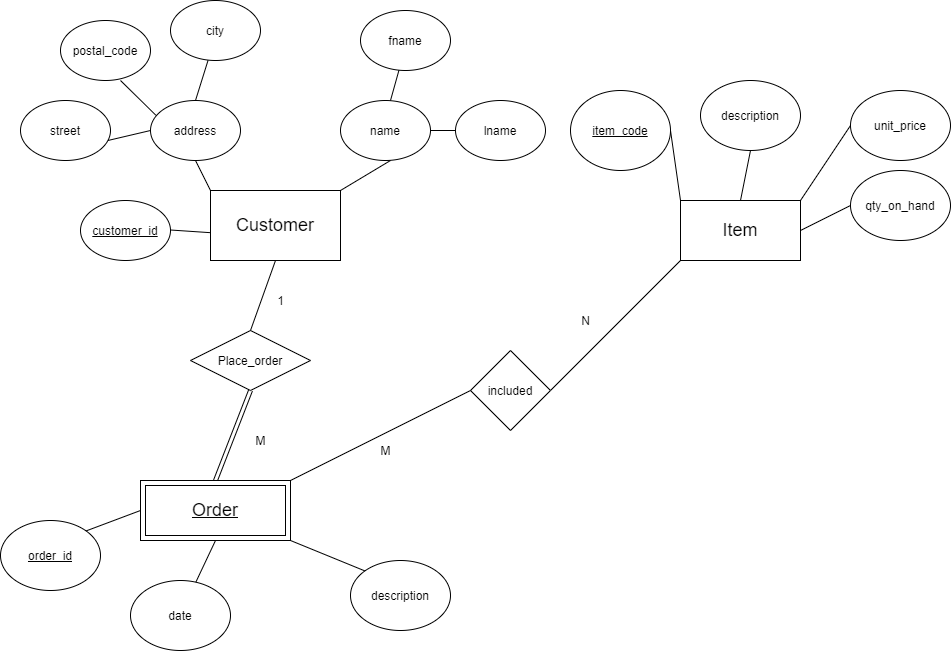
The draw.io diagram pos_system_0.1.png in BhathiyaVandebona/POS_SYSTEM_0.1, before a commit. Source tidied: cells renumbered, new cells last; positions are measured from the earlier drawing's top-left corner, leaving out a move shared by most shapes. Its diagram source:
```xml
<mxGraphModel>
  <root>
    <mxCell id="0" />
    <mxCell id="1" parent="0" />
    <mxCell id="2" value="&lt;font style=&quot;font-size: 18px&quot;&gt;Customer&lt;/font&gt;" style="rounded=0;whiteSpace=wrap;html=1;" parent="1" vertex="1">
      <mxGeometry x="210" y="190" width="130" height="70" as="geometry" />
    </mxCell>
    <mxCell id="3" value="&lt;u&gt;customer_id&lt;/u&gt;" style="ellipse;whiteSpace=wrap;html=1;" parent="1" vertex="1">
      <mxGeometry x="80" y="200" width="90" height="60" as="geometry" />
    </mxCell>
    <mxCell id="4" value="address" style="ellipse;whiteSpace=wrap;html=1;" parent="1" vertex="1">
      <mxGeometry x="150" y="100" width="90" height="60" as="geometry" />
    </mxCell>
    <mxCell id="5" value="fname" style="ellipse;whiteSpace=wrap;html=1;" parent="1" vertex="1">
      <mxGeometry x="360" y="10" width="90" height="60" as="geometry" />
    </mxCell>
    <mxCell id="6" value="name" style="ellipse;whiteSpace=wrap;html=1;" parent="1" vertex="1">
      <mxGeometry x="340" y="100" width="90" height="60" as="geometry" />
    </mxCell>
    <mxCell id="7" value="lname" style="ellipse;whiteSpace=wrap;html=1;" parent="1" vertex="1">
      <mxGeometry x="455" y="100" width="90" height="60" as="geometry" />
    </mxCell>
    <mxCell id="8" value="postal_code" style="ellipse;whiteSpace=wrap;html=1;" parent="1" vertex="1">
      <mxGeometry x="60" y="20" width="90" height="60" as="geometry" />
    </mxCell>
    <mxCell id="9" value="street" style="ellipse;whiteSpace=wrap;html=1;" parent="1" vertex="1">
      <mxGeometry x="20" y="100" width="90" height="60" as="geometry" />
    </mxCell>
    <mxCell id="10" value="city" style="ellipse;whiteSpace=wrap;html=1;" parent="1" vertex="1">
      <mxGeometry x="170" width="90" height="60" as="geometry" />
    </mxCell>
    <mxCell id="11" style="endArrow=none;html=1;entryX=0.427;entryY=0.997;entryDx=0;entryDy=0;entryPerimeter=0;" parent="1" edge="1" target="5">
      <mxGeometry relative="1" as="geometry">
        <mxPoint x="390" y="100" as="sourcePoint" />
      </mxGeometry>
    </mxCell>
    <mxCell id="12" style="endArrow=none;html=1;exitX=1;exitY=0.5;exitDx=0;exitDy=0;entryX=0;entryY=0.5;entryDx=0;entryDy=0;" parent="1" edge="1" source="6" target="7">
      <mxGeometry relative="1" as="geometry" />
    </mxCell>
    <mxCell id="13" style="endArrow=none;html=1;exitX=1;exitY=0;exitDx=0;exitDy=0;" parent="1" edge="1" source="2">
      <mxGeometry relative="1" as="geometry">
        <mxPoint x="390" y="160" as="targetPoint" />
        <Array as="points">
          <mxPoint x="390" y="160" />
        </Array>
      </mxGeometry>
    </mxCell>
    <mxCell id="14" style="endArrow=none;html=1;entryX=0.5;entryY=1;entryDx=0;entryDy=0;" parent="1" edge="1" target="4">
      <mxGeometry relative="1" as="geometry">
        <mxPoint x="210" y="190" as="sourcePoint" />
      </mxGeometry>
    </mxCell>
    <mxCell id="15" style="endArrow=none;html=1;entryX=0.5;entryY=1;entryDx=0;entryDy=0;exitX=0.5;exitY=0;exitDx=0;exitDy=0;" parent="1" edge="1" source="4">
      <mxGeometry relative="1" as="geometry">
        <mxPoint x="207.5" y="60" as="targetPoint" />
      </mxGeometry>
    </mxCell>
    <mxCell id="16" style="endArrow=none;html=1;entryX=0.5;entryY=1;entryDx=0;entryDy=0;exitX=0.058;exitY=0.243;exitDx=0;exitDy=0;exitPerimeter=0;" parent="1" edge="1" source="4">
      <mxGeometry relative="1" as="geometry">
        <mxPoint x="120" y="80" as="targetPoint" />
      </mxGeometry>
    </mxCell>
    <mxCell id="17" style="endArrow=none;html=1;entryX=0.5;entryY=1;entryDx=0;entryDy=0;exitX=0;exitY=0.5;exitDx=0;exitDy=0;" parent="1" edge="1" source="4">
      <mxGeometry relative="1" as="geometry">
        <mxPoint x="107.4" y="140" as="targetPoint" />
      </mxGeometry>
    </mxCell>
    <mxCell id="18" style="endArrow=none;html=1;exitX=1;exitY=0.5;exitDx=0;exitDy=0;entryX=0.003;entryY=0.603;entryDx=0;entryDy=0;entryPerimeter=0;" parent="1" edge="1" target="2">
      <mxGeometry relative="1" as="geometry">
        <mxPoint x="170" y="229.5" as="sourcePoint" />
      </mxGeometry>
    </mxCell>
    <mxCell id="19" value="&lt;font style=&quot;font-size: 18px&quot;&gt;Item&lt;/font&gt;" style="rounded=0;whiteSpace=wrap;html=1;" parent="1" vertex="1">
      <mxGeometry x="680" y="200" width="120" height="60" as="geometry" />
    </mxCell>
    <mxCell id="20" value="&lt;u&gt;item_code&lt;/u&gt;" style="ellipse;whiteSpace=wrap;html=1;" parent="1" vertex="1">
      <mxGeometry x="570" y="90" width="100" height="80" as="geometry" />
    </mxCell>
    <mxCell id="21" style="endArrow=none;html=1;entryX=1;entryY=0.5;entryDx=0;entryDy=0;exitX=0;exitY=0;exitDx=0;exitDy=0;" parent="1" edge="1" source="19" target="20">
      <mxGeometry relative="1" as="geometry" />
    </mxCell>
    <mxCell id="22" value="unit_price" style="ellipse;whiteSpace=wrap;html=1;" parent="1" vertex="1">
      <mxGeometry x="850" y="90" width="100" height="70" as="geometry" />
    </mxCell>
    <mxCell id="23" value="qty_on_hand" style="ellipse;whiteSpace=wrap;html=1;" parent="1" vertex="1">
      <mxGeometry x="850" y="170" width="100" height="70" as="geometry" />
    </mxCell>
    <mxCell id="24" value="description" style="ellipse;whiteSpace=wrap;html=1;" parent="1" vertex="1">
      <mxGeometry x="700" y="80" width="100" height="70" as="geometry" />
    </mxCell>
    <mxCell id="25" style="endArrow=none;html=1;exitX=1;exitY=0;exitDx=0;exitDy=0;entryX=0;entryY=0.5;entryDx=0;entryDy=0;" parent="1" edge="1" source="19" target="22">
      <mxGeometry relative="1" as="geometry" />
    </mxCell>
    <mxCell id="26" style="endArrow=none;html=1;exitX=1;exitY=0.5;exitDx=0;exitDy=0;entryX=0;entryY=0.5;entryDx=0;entryDy=0;" parent="1" edge="1" source="19" target="23">
      <mxGeometry relative="1" as="geometry" />
    </mxCell>
    <mxCell id="27" value="&lt;u&gt;order_id&lt;/u&gt;" style="ellipse;whiteSpace=wrap;html=1;" parent="1" vertex="1">
      <mxGeometry y="520" width="100" height="70" as="geometry" />
    </mxCell>
    <mxCell id="28" value="description" style="ellipse;whiteSpace=wrap;html=1;" parent="1" vertex="1">
      <mxGeometry x="350" y="560" width="100" height="70" as="geometry" />
    </mxCell>
    <mxCell id="29" value="date" style="ellipse;whiteSpace=wrap;html=1;" parent="1" vertex="1">
      <mxGeometry x="130" y="580" width="100" height="70" as="geometry" />
    </mxCell>
    <mxCell id="30" style="endArrow=none;html=1;exitX=0.5;exitY=0;exitDx=0;exitDy=0;entryX=0.5;entryY=1;entryDx=0;entryDy=0;shape=link;" parent="1" edge="1" source="34" target="35">
      <mxGeometry relative="1" as="geometry" />
    </mxCell>
    <mxCell id="31" style="endArrow=none;html=1;entryX=0.5;entryY=1;entryDx=0;entryDy=0;" parent="1" edge="1" source="29" target="34">
      <mxGeometry relative="1" as="geometry" />
    </mxCell>
    <mxCell id="32" style="endArrow=none;html=1;entryX=0;entryY=0.5;entryDx=0;entryDy=0;exitX=1;exitY=0;exitDx=0;exitDy=0;" parent="1" edge="1" source="27" target="34">
      <mxGeometry relative="1" as="geometry" />
    </mxCell>
    <mxCell id="33" style="endArrow=none;html=1;entryX=0;entryY=0;entryDx=0;entryDy=0;exitX=1;exitY=1;exitDx=0;exitDy=0;" parent="1" edge="1" source="34" target="28">
      <mxGeometry relative="1" as="geometry" />
    </mxCell>
    <mxCell id="34" value="&lt;u&gt;&lt;font style=&quot;font-size: 18px&quot;&gt;Order&lt;/font&gt;&lt;/u&gt;" style="shape=ext;margin=3;double=1;whiteSpace=wrap;html=1;align=center;strokeColor=#000000;" parent="1" vertex="1">
      <mxGeometry x="140" y="480" width="150" height="60" as="geometry" />
    </mxCell>
    <mxCell id="35" value="Place_order" style="shape=rhombus;perimeter=rhombusPerimeter;whiteSpace=wrap;html=1;align=center;strokeColor=#000000;" parent="1" vertex="1">
      <mxGeometry x="190" y="330" width="120" height="60" as="geometry" />
    </mxCell>
    <mxCell id="36" style="endArrow=none;html=1;exitX=0.5;exitY=0;exitDx=0;exitDy=0;entryX=0.5;entryY=1;entryDx=0;entryDy=0;" parent="1" edge="1" target="2">
      <mxGeometry relative="1" as="geometry">
        <mxPoint x="250" y="330" as="sourcePoint" />
      </mxGeometry>
    </mxCell>
    <mxCell id="37" value="M" style="text;html=1;align=center;verticalAlign=middle;strokeColor=none;fillColor=none;" parent="1" vertex="1">
      <mxGeometry x="245" y="430" width="30" height="20" as="geometry" />
    </mxCell>
    <mxCell id="38" value="1" style="text;html=1;align=center;verticalAlign=middle;strokeColor=none;fillColor=none;" parent="1" vertex="1">
      <mxGeometry x="270" y="290" width="20" height="20" as="geometry" />
    </mxCell>
    <mxCell id="39" style="endArrow=none;html=1;entryX=0.5;entryY=1;entryDx=0;entryDy=0;exitX=0.5;exitY=0;exitDx=0;exitDy=0;" parent="1" edge="1" source="19" target="24">
      <mxGeometry relative="1" as="geometry" />
    </mxCell>
    <mxCell id="40" style="endArrow=none;html=1;entryX=0;entryY=1;entryDx=0;entryDy=0;exitX=1;exitY=0.5;exitDx=0;exitDy=0;" parent="1" edge="1" source="41" target="19">
      <mxGeometry relative="1" as="geometry" />
    </mxCell>
    <mxCell id="41" value="included" style="rhombus;whiteSpace=wrap;html=1;strokeColor=#000000;" parent="1" vertex="1">
      <mxGeometry x="470" y="350" width="80" height="80" as="geometry" />
    </mxCell>
    <mxCell id="42" style="endArrow=none;html=1;entryX=0;entryY=0.5;entryDx=0;entryDy=0;exitX=1;exitY=0;exitDx=0;exitDy=0;" parent="1" edge="1" source="34" target="41">
      <mxGeometry relative="1" as="geometry" />
    </mxCell>
    <mxCell id="43" value="M" style="text;html=1;align=center;verticalAlign=middle;strokeColor=none;fillColor=none;" parent="1" vertex="1">
      <mxGeometry x="370" y="440" width="30" height="20" as="geometry" />
    </mxCell>
    <mxCell id="44" value="N" style="text;html=1;align=center;verticalAlign=middle;strokeColor=none;fillColor=none;" parent="1" vertex="1">
      <mxGeometry x="575" y="310" width="20" height="20" as="geometry" />
    </mxCell>
  </root>
</mxGraphModel>
```
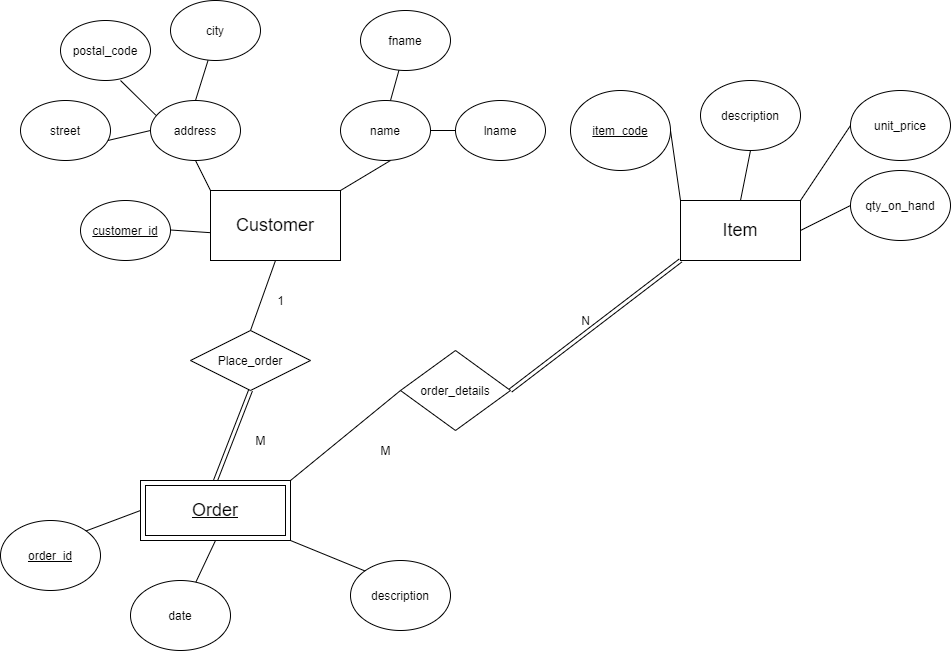
Above is the later version.

Change to the diagram source:
```diff
@@ -135,11 +135,11 @@
     <mxCell id="39" style="endArrow=none;html=1;entryX=0.5;entryY=1;entryDx=0;entryDy=0;exitX=0.5;exitY=0;exitDx=0;exitDy=0;" parent="1" edge="1" source="19" target="24">
       <mxGeometry relative="1" as="geometry" />
     </mxCell>
-    <mxCell id="40" style="endArrow=none;html=1;entryX=0;entryY=1;entryDx=0;entryDy=0;exitX=1;exitY=0.5;exitDx=0;exitDy=0;" parent="1" edge="1" source="41" target="19">
+    <mxCell id="40" style="endArrow=none;html=1;entryX=0;entryY=1;entryDx=0;entryDy=0;exitX=1;exitY=0.5;exitDx=0;exitDy=0;shape=link;" parent="1" edge="1" source="41" target="19">
       <mxGeometry relative="1" as="geometry" />
     </mxCell>
-    <mxCell id="41" value="included" style="rhombus;whiteSpace=wrap;html=1;strokeColor=#000000;" parent="1" vertex="1">
-      <mxGeometry x="470" y="350" width="80" height="80" as="geometry" />
+    <mxCell id="41" value="order_details" style="rhombus;whiteSpace=wrap;html=1;strokeColor=#000000;" parent="1" vertex="1">
+      <mxGeometry x="400" y="350" width="110" height="80" as="geometry" />
     </mxCell>
     <mxCell id="42" style="endArrow=none;html=1;entryX=0;entryY=0.5;entryDx=0;entryDy=0;exitX=1;exitY=0;exitDx=0;exitDy=0;" parent="1" edge="1" source="34" target="41">
       <mxGeometry relative="1" as="geometry" />
```
